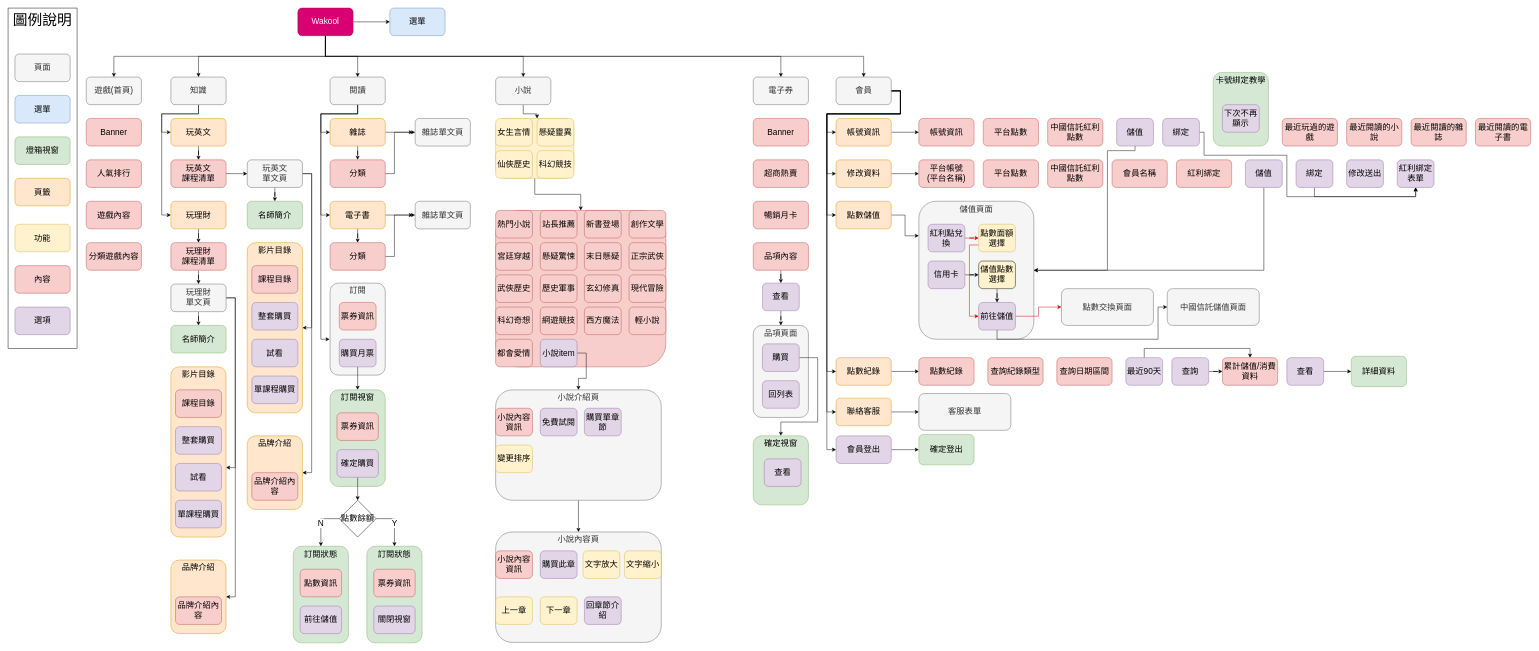
Before: page "sitemap" (2 of 2) of 中信Wakool.drawio in Cadmus-design/Diagrams, a draw.io diagram. Source tidied: cells renumbered, new cells numbered last; positions are measured from the earlier drawing's top-left corner, leaving out a move shared by most shapes. Both pictures are drawn from the tidied source at 46%, with x=0, y=0 at pixel (8, 8).
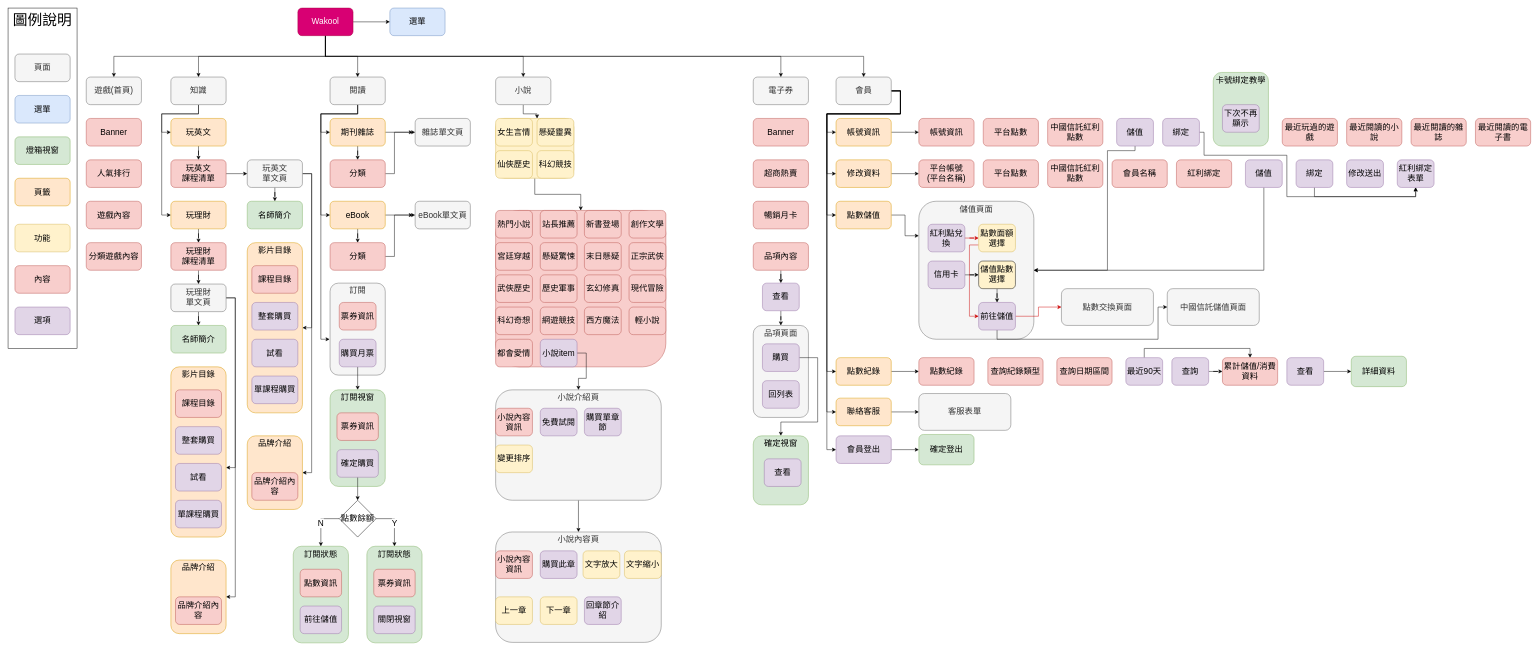
After the change.

Change to the diagram source:
```diff
@@
-    <mxCell id="80" value="雜誌" style="rounded=1;whiteSpace=wrap;html=1;fillColor=#ffe6cc;strokeColor=#d79b00;fontSize=18;" parent="1" vertex="1">
+    <mxCell id="80" value="期刊雜誌" style="rounded=1;whiteSpace=wrap;html=1;fillColor=#ffe6cc;strokeColor=#d79b00;fontSize=18;" parent="1" vertex="1">
       <mxGeometry x="700" y="240" width="120" height="60" as="geometry" />
     </mxCell>
@@
-    <mxCell id="83" value="電子書" style="rounded=1;whiteSpace=wrap;html=1;fillColor=#ffe6cc;strokeColor=#d79b00;fontSize=18;" parent="1" vertex="1">
+    <mxCell id="83" value="eBook" style="rounded=1;whiteSpace=wrap;html=1;fillColor=#ffe6cc;strokeColor=#d79b00;fontSize=18;" parent="1" vertex="1">
       <mxGeometry x="700" y="420" width="120" height="60" as="geometry" />
     </mxCell>
@@
-    <mxCell id="106" value="雜誌單文頁" style="rounded=1;whiteSpace=wrap;html=1;fillColor=#f5f5f5;strokeColor=#666666;fontSize=18;fontColor=#333333;" parent="1" vertex="1">
+    <mxCell id="106" value="eBook單文頁" style="rounded=1;whiteSpace=wrap;html=1;fillColor=#f5f5f5;strokeColor=#666666;fontSize=18;fontColor=#333333;" parent="1" vertex="1">
       <mxGeometry x="885" y="420" width="120" height="60" as="geometry" />
     </mxCell>
```
